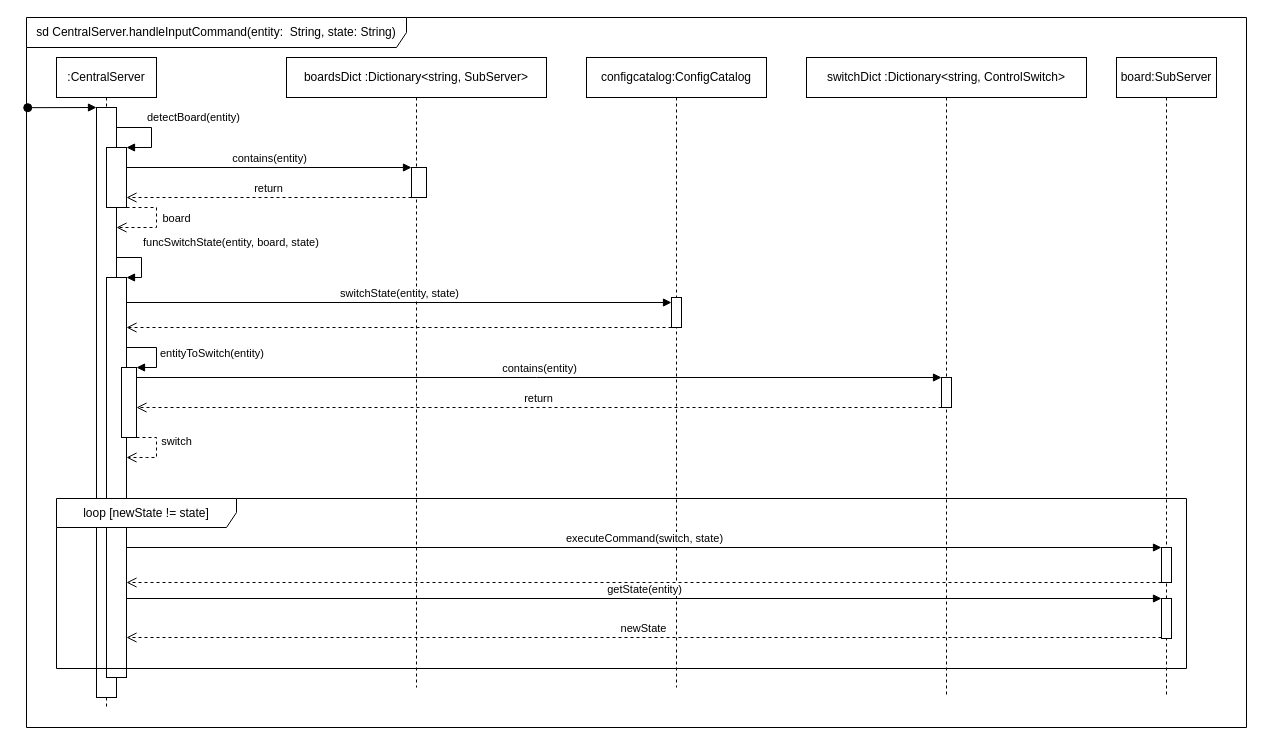
Above: LAB2/diagramPosl.drawio in tireks/OOAP (draw.io), before the change. Source tidied: cells renumbered, new cells numbered last; positions are measured from the earlier drawing's top-left corner, leaving out a move shared by most shapes. Both pictures are drawn from the tidied source at 100%, with x=0, y=0 at pixel (26, 17).
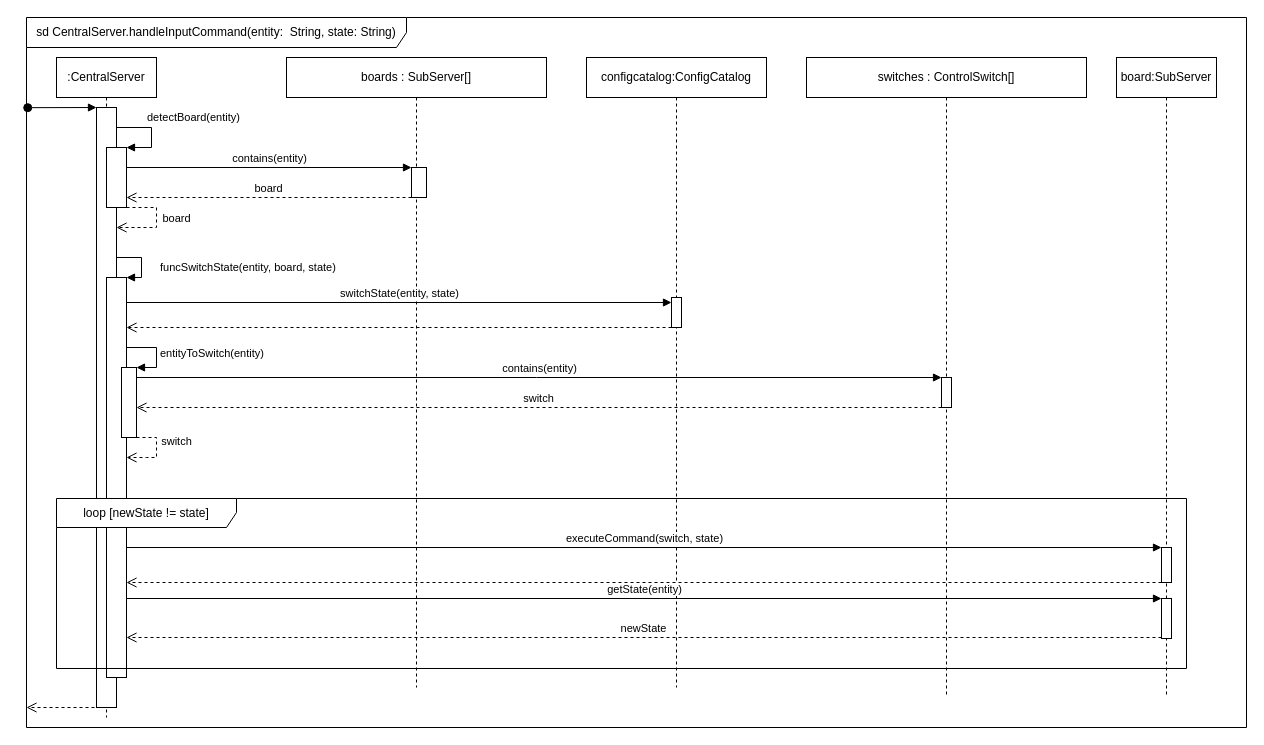
The same page after the edit.

Change to the diagram source:
```diff
@@
     <mxCell id="2" value=":CentralServer" style="shape=umlLifeline;perimeter=lifelinePerimeter;whiteSpace=wrap;html=1;newEdgeStyle={&quot;curved&quot;:0,&quot;rounded&quot;:0};" parent="1" vertex="1">
-      <mxGeometry x="30" y="40" width="100" height="650" as="geometry" />
+      <mxGeometry x="30" y="40" width="100" height="660" as="geometry" />
     </mxCell>
     <mxCell id="3" style="html=1;points=[[0,0,0,0,5],[0,1,0,0,-5],[1,0,0,0,5],[1,1,0,0,-5]];perimeter=orthogonalPerimeter;outlineConnect=0;targetShapes=umlLifeline;portConstraint=eastwest;newEdgeStyle={&quot;curved&quot;:0,&quot;rounded&quot;:0};" parent="2" vertex="1">
-      <mxGeometry x="40" y="50" width="20" height="590" as="geometry" />
+      <mxGeometry x="40" y="50" width="20" height="600" as="geometry" />
     </mxCell>
@@
     <mxCell id="8" value="funcSwitchState(entity, board, state)" style="html=1;align=left;spacingLeft=2;endArrow=block;rounded=0;edgeStyle=orthogonalEdgeStyle;curved=0;rounded=0;" parent="2" edge="1" source="3">
-      <mxGeometry x="-0.23" y="15" relative="1" as="geometry">
+      <mxGeometry x="0.17" y="15" relative="1" as="geometry">
         <mxPoint x="70" y="220" as="targetPoint" />
         <Array as="points">
           <mxPoint x="85" y="200" />
           <mxPoint x="85" y="220" />
           <mxPoint x="70" y="220" />
         </Array>
       </mxGeometry>
     </mxCell>
@@
-    <mxCell id="11" value="boardsDict :Dictionary&amp;lt;string, SubServer&amp;gt;" style="shape=umlLifeline;perimeter=lifelinePerimeter;whiteSpace=wrap;html=1;newEdgeStyle={&quot;curved&quot;:0,&quot;rounded&quot;:0};" parent="1" vertex="1">
+    <mxCell id="11" value="boards : SubServer[]" style="shape=umlLifeline;perimeter=lifelinePerimeter;whiteSpace=wrap;html=1;newEdgeStyle={&quot;curved&quot;:0,&quot;rounded&quot;:0};" parent="1" vertex="1">
       <mxGeometry x="260" y="40" width="260" height="630" as="geometry" />
     </mxCell>
@@
-    <mxCell id="13" value="return" style="html=1;verticalAlign=bottom;endArrow=open;dashed=1;endSize=8;curved=0;rounded=0;" parent="1" edge="1">
+    <mxCell id="13" value="board" style="html=1;verticalAlign=bottom;endArrow=open;dashed=1;endSize=8;curved=0;rounded=0;" parent="1" edge="1">
       <mxGeometry relative="1" as="geometry">
         <mxPoint x="385" y="180" as="sourcePoint" />
         <mxPoint x="100" y="180" as="targetPoint" />
       </mxGeometry>
     </mxCell>
@@
-    <mxCell id="19" value="switchDict :Dictionary&amp;lt;string, ControlSwitch&amp;gt;" style="shape=umlLifeline;perimeter=lifelinePerimeter;whiteSpace=wrap;html=1;newEdgeStyle={&quot;curved&quot;:0,&quot;rounded&quot;:0};" parent="1" vertex="1">
+    <mxCell id="19" value="switches : ControlSwitch[]" style="shape=umlLifeline;perimeter=lifelinePerimeter;whiteSpace=wrap;html=1;newEdgeStyle={&quot;curved&quot;:0,&quot;rounded&quot;:0};" parent="1" vertex="1">
       <mxGeometry x="780" y="40" width="280" height="640" as="geometry" />
     </mxCell>
@@
-    <mxCell id="22" value="return" style="html=1;verticalAlign=bottom;endArrow=open;dashed=1;endSize=8;curved=0;rounded=0;" parent="1" edge="1">
+    <mxCell id="22" value="switch" style="html=1;verticalAlign=bottom;endArrow=open;dashed=1;endSize=8;curved=0;rounded=0;" parent="1" edge="1">
       <mxGeometry relative="1" as="geometry">
         <mxPoint x="915" y="390" as="sourcePoint" />
         <mxPoint x="110" y="390" as="targetPoint" />
       </mxGeometry>
     </mxCell>
@@
+    <mxCell id="34" style="html=1;verticalAlign=bottom;endArrow=open;dashed=1;endSize=8;curved=0;rounded=0;" parent="1" edge="1">
+      <mxGeometry relative="1" as="geometry">
+        <mxPoint x="80" y="690" as="sourcePoint" />
+        <mxPoint y="690" as="targetPoint" />
+      </mxGeometry>
+    </mxCell>
```
